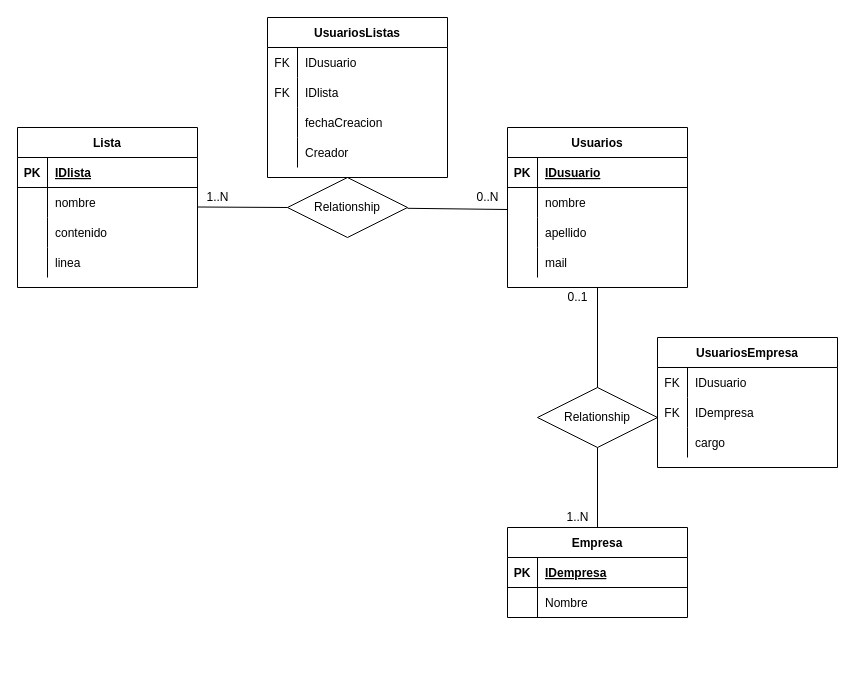
The draw.io diagram diagrama lista.drawio in ignlucas/projectoLista, before the edit. Source tidied: cells renumbered, new cells numbered last; positions are measured from the earlier drawing's top-left corner, leaving out a move shared by most shapes. Both pictures are drawn from the tidied source at 100%, with x=0, y=0 at pixel (17, 17).
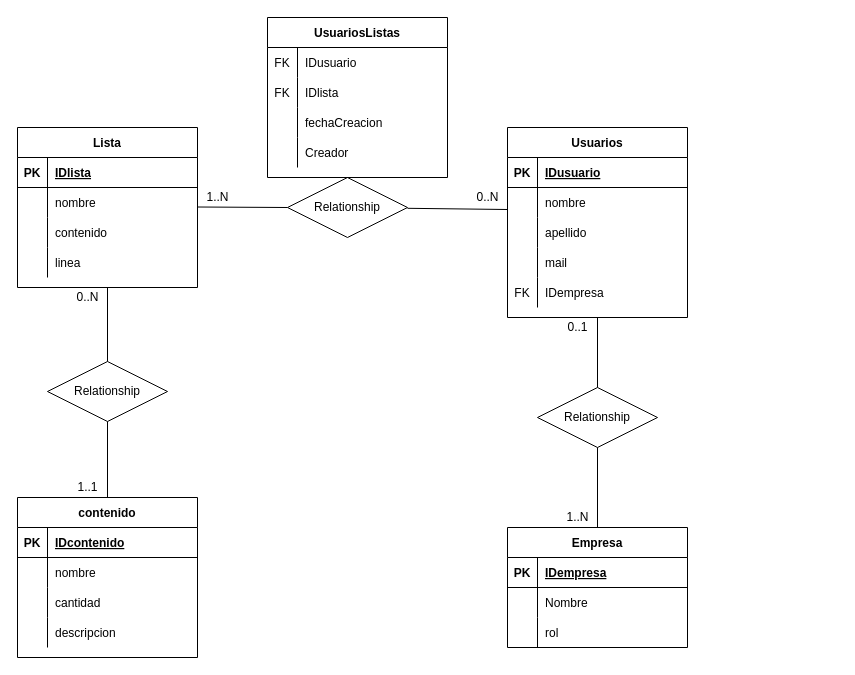
The same diagram, later.

Commit message (it also covers changes not shown here):
un paso mas

Unchanged cells that the change refers to:
```xml
<mxCell id="2" value="Lista" style="shape=table;startSize=30;childLayout=tableLayout;rowLines=0;fontStyle=1;align=center;" parent="1" vertex="1">
  <mxGeometry y="110" width="180" height="160" as="geometry" />
</mxCell>
```

What changed in the source:
```diff
@@
+    <mxCell id="68" style="edgeStyle=orthogonalEdgeStyle;rounded=0;jettySize=auto;html=1;" parent="1" edge="1" source="2">
+      <mxGeometry relative="1" as="geometry">
+        <mxPoint x="90" y="270" as="targetPoint" />
+        <Array as="points">
+          <mxPoint x="90" y="270" />
+          <mxPoint x="90" y="270" />
+        </Array>
+      </mxGeometry>
+    </mxCell>
@@
     <mxCell id="16" value="Usuarios" style="shape=table;startSize=30;childLayout=tableLayout;rowLines=0;fontStyle=1;align=center;" parent="1" vertex="1">
-      <mxGeometry x="490" y="110" width="180" height="160" as="geometry" />
+      <mxGeometry x="490" y="110" width="180" height="190" as="geometry" />
     </mxCell>
@@
+    <mxCell id="69" style="shape=partialRectangle;fillColor=none;top=0;left=0;bottom=0;right=0;" parent="16" vertex="1">
+      <mxGeometry y="150" width="180" height="30" as="geometry" />
+    </mxCell>
+    <mxCell id="70" value="FK" style="shape=partialRectangle;fillColor=none;top=0;left=0;bottom=0;right=0;overflow=hidden;" parent="69" vertex="1">
+      <mxGeometry width="30" height="30" as="geometry" />
+    </mxCell>
+    <mxCell id="51" value="IDempresa" style="shape=partialRectangle;fillColor=none;top=0;left=0;bottom=0;right=0;align=left;spacingLeft=6;overflow=hidden;" parent="69" vertex="1">
+      <mxGeometry x="30" width="150" height="30" as="geometry" />
+    </mxCell>
     <mxCell id="29" value="Empresa" style="shape=table;startSize=30;childLayout=tableLayout;rowLines=0;fontStyle=1;align=center;" parent="1" vertex="1">
-      <mxGeometry x="490" y="510" width="180" height="90" as="geometry" />
+      <mxGeometry x="490" y="510" width="180" height="120" as="geometry" />
     </mxCell>
@@
+    <mxCell id="71" style="shape=partialRectangle;fillColor=none;top=0;left=0;bottom=0;right=0;" parent="29" vertex="1">
+      <mxGeometry y="90" width="180" height="30" as="geometry" />
+    </mxCell>
+    <mxCell id="72" style="shape=partialRectangle;fillColor=none;top=0;left=0;bottom=0;right=0;overflow=hidden;" parent="71" vertex="1">
+      <mxGeometry width="30" height="30" as="geometry" />
+    </mxCell>
+    <mxCell id="73" value="rol" style="shape=partialRectangle;fillColor=none;top=0;left=0;bottom=0;right=0;align=left;spacingLeft=6;overflow=hidden;" parent="71" vertex="1">
+      <mxGeometry x="30" width="150" height="30" as="geometry" />
+    </mxCell>
@@
     <mxCell id="41" value="0..1" style="text;html=1;align=center;verticalAlign=middle;" parent="1" vertex="1">
-      <mxGeometry x="540" y="270" width="40" height="20" as="geometry" />
+      <mxGeometry x="540" y="300" width="40" height="20" as="geometry" />
     </mxCell>
@@
-    <mxCell id="45" value="UsuariosEmpresa" style="shape=table;startSize=30;childLayout=tableLayout;rowLines=0;fontStyle=1;align=center;" parent="1" vertex="1">
-      <mxGeometry x="640" y="320" width="180" height="130" as="geometry" />
-    </mxCell>
-    <mxCell id="46" style="shape=partialRectangle;fillColor=none;top=0;left=0;bottom=0;right=0;" parent="45" vertex="1">
-      <mxGeometry y="30" width="180" height="30" as="geometry" />
-    </mxCell>
-    <mxCell id="47" value="FK" style="shape=partialRectangle;fillColor=none;top=0;left=0;bottom=0;right=0;overflow=hidden;" parent="46" vertex="1">
-      <mxGeometry width="30" height="30" as="geometry" />
-    </mxCell>
-    <mxCell id="48" value="IDusuario" style="shape=partialRectangle;fillColor=none;top=0;left=0;bottom=0;right=0;align=left;spacingLeft=6;overflow=hidden;" parent="46" vertex="1">
-      <mxGeometry x="30" width="150" height="30" as="geometry" />
-    </mxCell>
-    <mxCell id="49" style="shape=partialRectangle;fillColor=none;top=0;left=0;bottom=0;right=0;" parent="45" vertex="1">
-      <mxGeometry y="60" width="180" height="30" as="geometry" />
-    </mxCell>
-    <mxCell id="50" value="FK" style="shape=partialRectangle;fillColor=none;top=0;left=0;bottom=0;right=0;overflow=hidden;" parent="49" vertex="1">
-      <mxGeometry width="30" height="30" as="geometry" />
-    </mxCell>
-    <mxCell id="51" value="IDempresa" style="shape=partialRectangle;fillColor=none;top=0;left=0;bottom=0;right=0;align=left;spacingLeft=6;overflow=hidden;" parent="49" vertex="1">
-      <mxGeometry x="30" width="150" height="30" as="geometry" />
-    </mxCell>
-    <mxCell id="52" style="shape=partialRectangle;fillColor=none;top=0;left=0;bottom=0;right=0;" parent="45" vertex="1">
-      <mxGeometry y="90" width="180" height="30" as="geometry" />
-    </mxCell>
-    <mxCell id="53" style="shape=partialRectangle;fillColor=none;top=0;left=0;bottom=0;right=0;overflow=hidden;" parent="52" vertex="1">
-      <mxGeometry width="30" height="30" as="geometry" />
-    </mxCell>
-    <mxCell id="54" value="cargo" style="shape=partialRectangle;fillColor=none;top=0;left=0;bottom=0;right=0;align=left;spacingLeft=6;overflow=hidden;" parent="52" vertex="1">
-      <mxGeometry x="30" width="150" height="30" as="geometry" />
-    </mxCell>
@@
+    <mxCell id="74" value="contenido" style="shape=table;startSize=30;childLayout=tableLayout;rowLines=0;fontStyle=1;align=center;" parent="1" vertex="1">
+      <mxGeometry y="480" width="180" height="160" as="geometry" />
+    </mxCell>
+    <mxCell id="75" style="shape=partialRectangle;fillColor=none;top=0;left=0;bottom=1;right=0;" parent="74" vertex="1">
+      <mxGeometry y="30" width="180" height="30" as="geometry" />
+    </mxCell>
+    <mxCell id="76" value="PK" style="shape=partialRectangle;fillColor=none;top=0;left=0;bottom=0;right=0;fontStyle=1;overflow=hidden;" parent="75" vertex="1">
+      <mxGeometry width="30" height="30" as="geometry" />
+    </mxCell>
+    <mxCell id="77" value="IDcontenido" style="shape=partialRectangle;fillColor=none;top=0;left=0;bottom=0;right=0;align=left;spacingLeft=6;fontStyle=5;overflow=hidden;" parent="75" vertex="1">
+      <mxGeometry x="30" width="150" height="30" as="geometry" />
+    </mxCell>
+    <mxCell id="49" style="shape=partialRectangle;fillColor=none;top=0;left=0;bottom=0;right=0;" parent="74" vertex="1">
+      <mxGeometry y="60" width="180" height="30" as="geometry" />
+    </mxCell>
+    <mxCell id="78" style="shape=partialRectangle;fillColor=none;top=0;left=0;bottom=0;right=0;overflow=hidden;" parent="49" vertex="1">
+      <mxGeometry width="30" height="30" as="geometry" />
+    </mxCell>
+    <mxCell id="79" value="nombre" style="shape=partialRectangle;fillColor=none;top=0;left=0;bottom=0;right=0;align=left;spacingLeft=6;overflow=hidden;" parent="49" vertex="1">
+      <mxGeometry x="30" width="150" height="30" as="geometry" />
+    </mxCell>
+    <mxCell id="80" style="shape=partialRectangle;fillColor=none;top=0;left=0;bottom=0;right=0;" parent="74" vertex="1">
+      <mxGeometry y="90" width="180" height="30" as="geometry" />
+    </mxCell>
+    <mxCell id="81" style="shape=partialRectangle;fillColor=none;top=0;left=0;bottom=0;right=0;overflow=hidden;" parent="80" vertex="1">
+      <mxGeometry width="30" height="30" as="geometry" />
+    </mxCell>
+    <mxCell id="82" value="cantidad" style="shape=partialRectangle;fillColor=none;top=0;left=0;bottom=0;right=0;align=left;spacingLeft=6;overflow=hidden;" parent="80" vertex="1">
+      <mxGeometry x="30" width="150" height="30" as="geometry" />
+    </mxCell>
+    <mxCell id="83" style="shape=partialRectangle;fillColor=none;top=0;left=0;bottom=0;right=0;" parent="74" vertex="1">
+      <mxGeometry y="120" width="180" height="30" as="geometry" />
+    </mxCell>
+    <mxCell id="84" style="shape=partialRectangle;fillColor=none;top=0;left=0;bottom=0;right=0;overflow=hidden;" parent="83" vertex="1">
+      <mxGeometry width="30" height="30" as="geometry" />
+    </mxCell>
+    <mxCell id="85" value="descripcion" style="shape=partialRectangle;fillColor=none;top=0;left=0;bottom=0;right=0;align=left;spacingLeft=6;overflow=hidden;" parent="83" vertex="1">
+      <mxGeometry x="30" width="150" height="30" as="geometry" />
+    </mxCell>
+    <mxCell id="86" value="Relationship" style="shape=rhombus;perimeter=rhombusPerimeter;whiteSpace=wrap;html=1;align=center;" parent="1" vertex="1">
+      <mxGeometry x="30" y="344" width="120" height="60" as="geometry" />
+    </mxCell>
+    <mxCell id="87" value="0..N" style="text;html=1;align=center;verticalAlign=middle;" parent="1" vertex="1">
+      <mxGeometry x="50" y="270" width="40" height="20" as="geometry" />
+    </mxCell>
+    <mxCell id="88" value="1..1" style="text;html=1;align=center;verticalAlign=middle;" parent="1" vertex="1">
+      <mxGeometry x="50" y="460" width="40" height="20" as="geometry" />
+    </mxCell>
+    <mxCell id="89" style="endArrow=none;html=1;rounded=0;exitX=0.5;exitY=1;exitDx=0;exitDy=0;entryX=0.5;entryY=0;entryDx=0;entryDy=0;" parent="1" edge="1" source="2" target="86">
+      <mxGeometry relative="1" as="geometry" />
+    </mxCell>
+    <mxCell id="90" style="endArrow=none;html=1;rounded=0;exitX=0.5;exitY=1;exitDx=0;exitDy=0;entryX=0.5;entryY=0;entryDx=0;entryDy=0;" parent="1" edge="1" source="86" target="74">
+      <mxGeometry relative="1" as="geometry" />
+    </mxCell>
```
